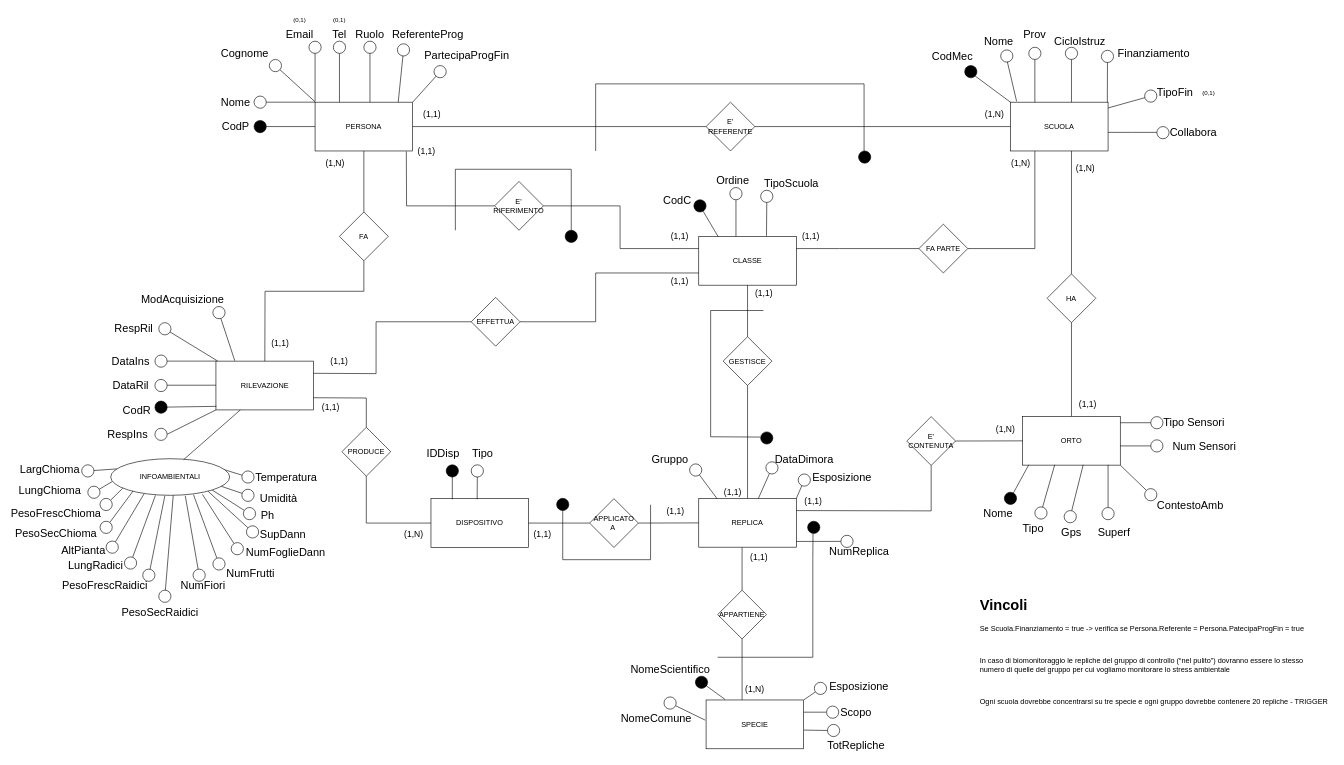
pizzo-kyle/unige keeps this draw.io diagram as BD_ER_Massimo_2023.drawio. Above is the earlier version. Source tidied: cells renumbered, new cells numbered last; positions are measured from the earlier drawing's top-left corner, leaving out a move shared by most shapes. Both pictures are drawn from the tidied source at 61%, with x=0, y=0 at pixel (35, 10).
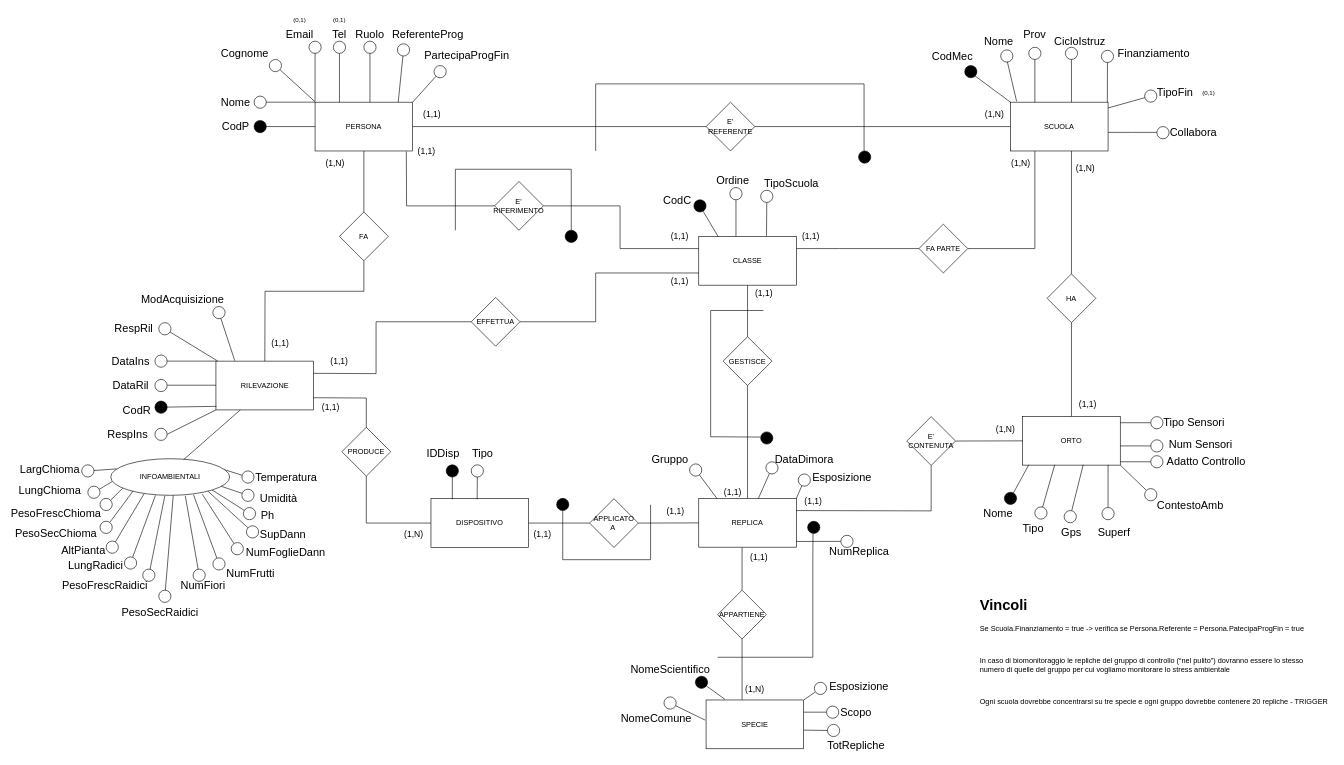
The same diagram, later.

What changed in the source:
```diff
@@
     <mxCell id="105" value="&lt;span style=&quot;font-size: 18px;&quot;&gt;Num Sensori&lt;/span&gt;" style="text;html=1;strokeColor=none;fillColor=none;align=center;verticalAlign=middle;whiteSpace=wrap;rounded=0;" parent="1" vertex="1">
-      <mxGeometry x="1858" y="698.5" width="116" height="30" as="geometry" />
+      <mxGeometry x="1852" y="697" width="116" height="30" as="geometry" />
     </mxCell>
@@
+    <mxCell id="254" value="&lt;span style=&quot;font-size: 18px;&quot;&gt;Adatto Controllo&lt;/span&gt;" style="text;html=1;strokeColor=none;fillColor=none;align=center;verticalAlign=middle;whiteSpace=wrap;rounded=0;" parent="1" vertex="1">
+      <mxGeometry x="1852" y="724.5" width="134" height="30" as="geometry" />
+    </mxCell>
+    <mxCell id="255" style="ellipse;whiteSpace=wrap;html=1;fillColor=#FFFFFF;direction=south;gradientColor=none;" parent="1" vertex="1">
+      <mxGeometry x="1828" y="729.5" width="20" height="20" as="geometry" />
+    </mxCell>
+    <mxCell id="256" style="endArrow=none;html=1;rounded=0;exitX=1;exitY=1;exitDx=0;exitDy=0;" parent="1" edge="1">
+      <mxGeometry relative="1" as="geometry">
+        <mxPoint x="1778" y="739.5" as="sourcePoint" />
+        <mxPoint x="1828" y="739.5" as="targetPoint" />
+      </mxGeometry>
+    </mxCell>
```
